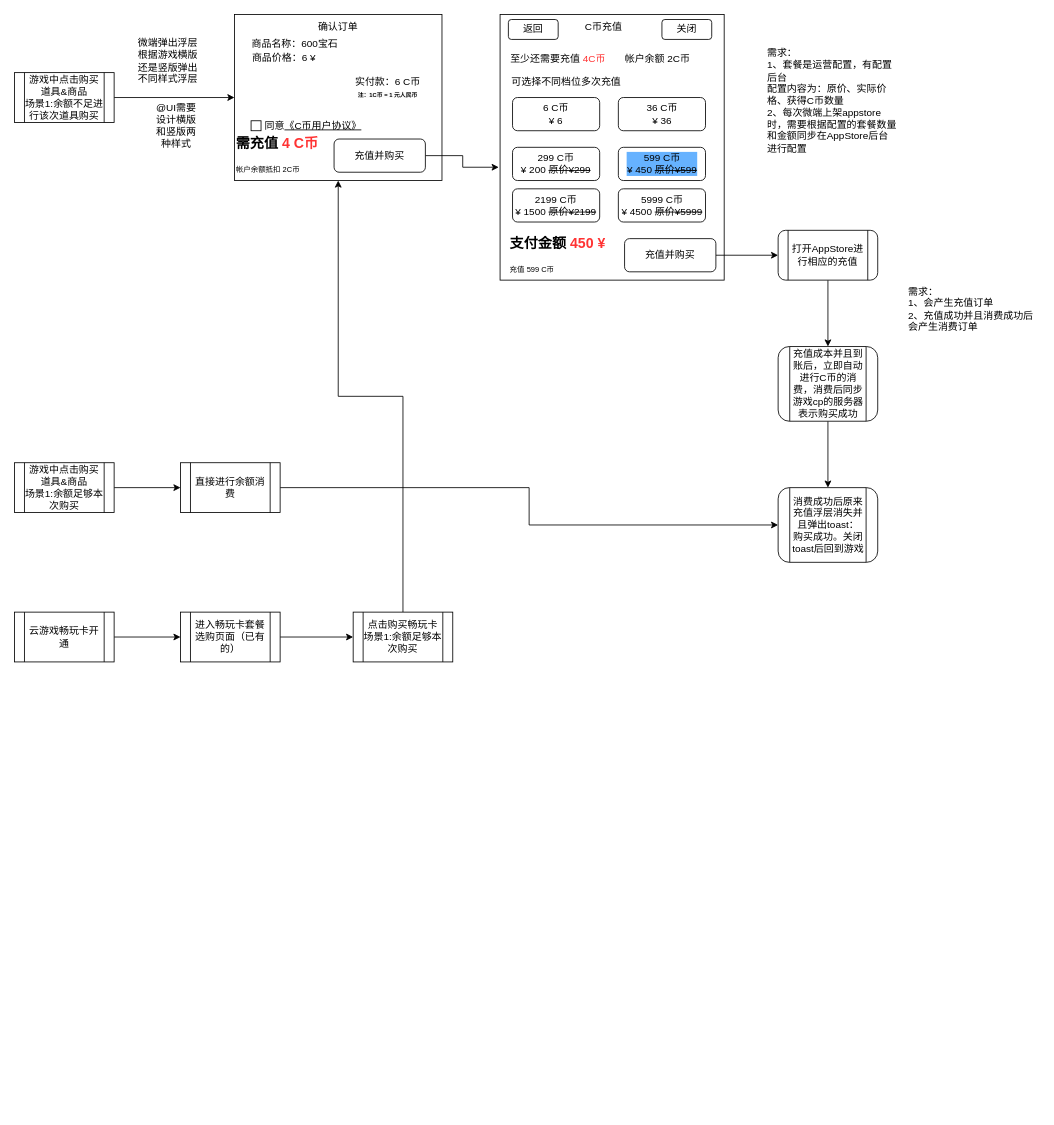
Garygu0519/drawideas keeps this draw.io diagram as page "第 2 页" (2 of 3) of 联运中心CGC支付方式.drawio. Above is the earlier version. Source tidied: cells renumbered, new cells numbered last; positions are measured from the earlier drawing's top-left corner, leaving out a move shared by most shapes. Both pictures are drawn from the tidied source at 83%, with x=0, y=0 at pixel (14, 14).
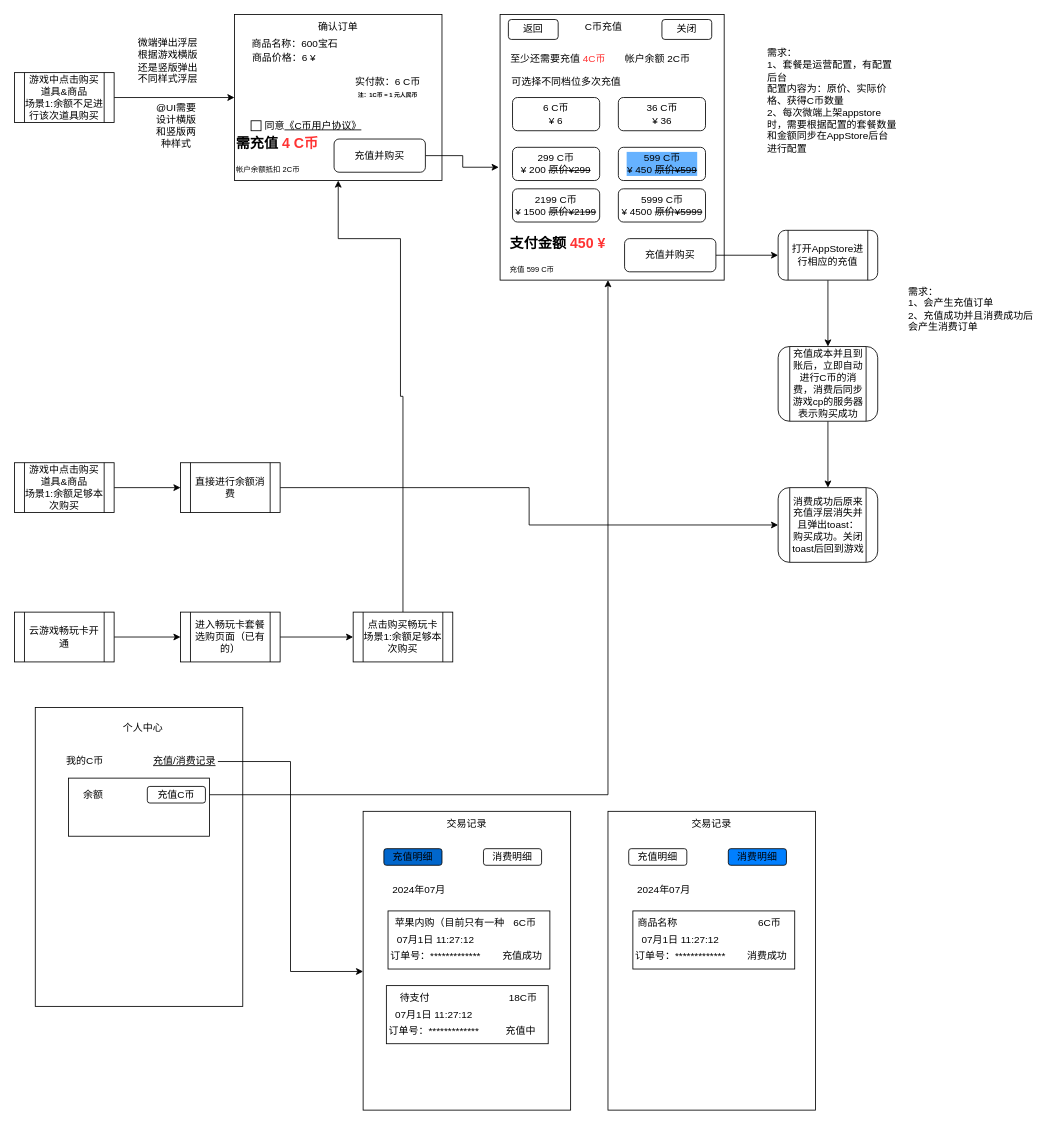
After the change.

Unchanged cells that the change refers to:
```xml
<mxCell id="3" style="rounded=0;whiteSpace=wrap;html=1;" parent="1" vertex="1">
  <mxGeometry x="265" width="250" height="200" as="geometry" />
</mxCell>
<mxCell id="31" value="&lt;h1 style=&quot;margin-top: 0px; font-size: 17px;&quot;&gt;支付金额&amp;nbsp;&lt;font color=&quot;#ff3333&quot; style=&quot;font-size: 17px;&quot;&gt;450 ¥&lt;/font&gt;&lt;/h1&gt;&lt;div style=&quot;&quot;&gt;&lt;font style=&quot;font-size: 9px;&quot;&gt;充值 599 C币&lt;/font&gt;&lt;/div&gt;" style="text;html=1;whiteSpace=wrap;overflow=hidden;rounded=0;fontSize=13;" parent="1" vertex="1">
  <mxGeometry x="595" y="260" width="160" height="60" as="geometry" />
</mxCell>
<mxCell id="51" value="点击购买畅玩卡&lt;div&gt;场景1:余额足够本次购买&lt;/div&gt;" style="shape=process;whiteSpace=wrap;html=1;backgroundOutline=1;rounded=0;" parent="1" vertex="1">
  <mxGeometry x="408" y="720" width="120" height="60" as="geometry" />
</mxCell>
```

The edit, as a diff of the source:
```diff
@@
+    <mxCell id="52" style="rounded=0;whiteSpace=wrap;html=1;" parent="1" vertex="1">
+      <mxGeometry x="420" y="960" width="250" height="360" as="geometry" />
+    </mxCell>
@@
     <mxCell id="50" style="edgeStyle=orthogonalEdgeStyle;rounded=0;jettySize=auto;html=1;entryX=0.5;entryY=1;entryDx=0;entryDy=0;" parent="1" edge="1" source="51" target="3">
-      <mxGeometry relative="1" as="geometry" />
+      <mxGeometry relative="1" as="geometry">
+        <Array as="points">
+          <mxPoint x="468" y="460" />
+          <mxPoint x="465" y="460" />
+          <mxPoint x="465" y="270" />
+          <mxPoint x="390" y="270" />
+        </Array>
+      </mxGeometry>
     </mxCell>
@@
+    <mxCell id="53" style="rounded=0;whiteSpace=wrap;html=1;" parent="1" vertex="1">
+      <mxGeometry x="25" y="835" width="250" height="360" as="geometry" />
+    </mxCell>
+    <mxCell id="54" value="个人中心" style="text;html=1;align=center;verticalAlign=middle;whiteSpace=wrap;rounded=0;" parent="1" vertex="1">
+      <mxGeometry x="125" y="845" width="60" height="30" as="geometry" />
+    </mxCell>
+    <mxCell id="55" value="我的C币" style="text;html=1;align=center;verticalAlign=middle;whiteSpace=wrap;rounded=0;" parent="1" vertex="1">
+      <mxGeometry x="55" y="885" width="60" height="30" as="geometry" />
+    </mxCell>
+    <mxCell id="56" value="充值明细" style="rounded=1;whiteSpace=wrap;html=1;fillColor=#0066CC;" parent="1" vertex="1">
+      <mxGeometry x="445" y="1005" width="70" height="20" as="geometry" />
+    </mxCell>
+    <mxCell id="57" value="消费明细" style="rounded=1;whiteSpace=wrap;html=1;" parent="1" vertex="1">
+      <mxGeometry x="565" y="1005" width="70" height="20" as="geometry" />
+    </mxCell>
+    <mxCell id="58" style="edgeStyle=orthogonalEdgeStyle;rounded=0;jettySize=auto;html=1;entryX=0.75;entryY=1;entryDx=0;entryDy=0;" parent="1" edge="1" source="60" target="31">
+      <mxGeometry relative="1" as="geometry" />
+    </mxCell>
+    <mxCell id="59" style="rounded=0;whiteSpace=wrap;html=1;" parent="1" vertex="1">
+      <mxGeometry x="65" y="920" width="170" height="70" as="geometry" />
+    </mxCell>
+    <mxCell id="60" value="充值C币" style="rounded=1;whiteSpace=wrap;html=1;" parent="1" vertex="1">
+      <mxGeometry x="160" y="930" width="70" height="20" as="geometry" />
+    </mxCell>
+    <mxCell id="61" value="交易记录" style="text;html=1;align=center;verticalAlign=middle;whiteSpace=wrap;rounded=0;" parent="1" vertex="1">
+      <mxGeometry x="515" y="960" width="60" height="30" as="geometry" />
+    </mxCell>
+    <mxCell id="62" value="余额" style="text;html=1;align=center;verticalAlign=middle;whiteSpace=wrap;rounded=0;" parent="1" vertex="1">
+      <mxGeometry x="65" y="925" width="60" height="30" as="geometry" />
+    </mxCell>
+    <mxCell id="63" value="充值/消费记录" style="text;html=1;align=center;verticalAlign=middle;whiteSpace=wrap;rounded=0;fontStyle=4;" parent="1" vertex="1">
+      <mxGeometry x="165" y="885" width="80" height="30" as="geometry" />
+    </mxCell>
+    <mxCell id="64" style="edgeStyle=orthogonalEdgeStyle;rounded=0;jettySize=auto;html=1;entryX=0;entryY=0.536;entryDx=0;entryDy=0;entryPerimeter=0;" parent="1" edge="1" source="63" target="52">
+      <mxGeometry relative="1" as="geometry" />
+    </mxCell>
+    <mxCell id="65" value="2024年07月" style="text;html=1;align=center;verticalAlign=middle;whiteSpace=wrap;rounded=0;" parent="1" vertex="1">
+      <mxGeometry x="450" y="1040" width="75" height="30" as="geometry" />
+    </mxCell>
+    <mxCell id="66" style="rounded=0;whiteSpace=wrap;html=1;" parent="1" vertex="1">
+      <mxGeometry x="715" y="960" width="250" height="360" as="geometry" />
+    </mxCell>
+    <mxCell id="67" value="充值明细" style="rounded=1;whiteSpace=wrap;html=1;fillColor=none;" parent="1" vertex="1">
+      <mxGeometry x="740" y="1005" width="70" height="20" as="geometry" />
+    </mxCell>
+    <mxCell id="68" value="消费明细" style="rounded=1;whiteSpace=wrap;html=1;fillColor=#007FFF;" parent="1" vertex="1">
+      <mxGeometry x="860" y="1005" width="70" height="20" as="geometry" />
+    </mxCell>
+    <mxCell id="69" value="交易记录" style="text;html=1;align=center;verticalAlign=middle;whiteSpace=wrap;rounded=0;" parent="1" vertex="1">
+      <mxGeometry x="810" y="960" width="60" height="30" as="geometry" />
+    </mxCell>
+    <mxCell id="70" value="2024年07月" style="text;html=1;align=center;verticalAlign=middle;whiteSpace=wrap;rounded=0;" parent="1" vertex="1">
+      <mxGeometry x="745" y="1040" width="75" height="30" as="geometry" />
+    </mxCell>
+    <mxCell id="71" style="rounded=0;whiteSpace=wrap;html=1;" parent="1" vertex="1">
+      <mxGeometry x="745" y="1080" width="195" height="70" as="geometry" />
+    </mxCell>
+    <mxCell id="72" value="商品名称" style="text;html=1;align=center;verticalAlign=middle;whiteSpace=wrap;rounded=0;" parent="1" vertex="1">
+      <mxGeometry x="745" y="1080" width="60" height="30" as="geometry" />
+    </mxCell>
+    <mxCell id="73" value="07月1日 11:27:12" style="text;html=1;align=center;verticalAlign=middle;whiteSpace=wrap;rounded=0;" parent="1" vertex="1">
+      <mxGeometry x="745" y="1100" width="115" height="30" as="geometry" />
+    </mxCell>
+    <mxCell id="74" value="订单号：*************" style="text;html=1;align=center;verticalAlign=middle;whiteSpace=wrap;rounded=0;" parent="1" vertex="1">
+      <mxGeometry x="745" y="1120" width="115" height="30" as="geometry" />
+    </mxCell>
+    <mxCell id="75" value="6C币" style="text;html=1;align=center;verticalAlign=middle;whiteSpace=wrap;rounded=0;" parent="1" vertex="1">
+      <mxGeometry x="880" y="1080" width="60" height="30" as="geometry" />
+    </mxCell>
+    <mxCell id="76" value="消费成功" style="text;html=1;align=center;verticalAlign=middle;whiteSpace=wrap;rounded=0;" parent="1" vertex="1">
+      <mxGeometry x="877" y="1120" width="60" height="30" as="geometry" />
+    </mxCell>
+    <mxCell id="77" style="group;" parent="1" vertex="1">
+      <mxGeometry x="427" y="1080" width="218" height="70" as="geometry" />
+    </mxCell>
+    <mxCell id="78" style="rounded=0;whiteSpace=wrap;html=1;" parent="77" vertex="1">
+      <mxGeometry x="23" width="195" height="70" as="geometry" />
+    </mxCell>
+    <mxCell id="79" value="苹果内购（目前只有一种" style="text;html=1;align=center;verticalAlign=middle;whiteSpace=wrap;rounded=0;" parent="77" vertex="1">
+      <mxGeometry width="195" height="30" as="geometry" />
+    </mxCell>
+    <mxCell id="80" value="07月1日 11:27:12" style="text;html=1;align=center;verticalAlign=middle;whiteSpace=wrap;rounded=0;" parent="77" vertex="1">
+      <mxGeometry x="23" y="20" width="115" height="30" as="geometry" />
+    </mxCell>
+    <mxCell id="81" value="订单号：*************" style="text;html=1;align=center;verticalAlign=middle;whiteSpace=wrap;rounded=0;" parent="77" vertex="1">
+      <mxGeometry x="23" y="40" width="115" height="30" as="geometry" />
+    </mxCell>
+    <mxCell id="82" value="6C币" style="text;html=1;align=center;verticalAlign=middle;whiteSpace=wrap;rounded=0;" parent="77" vertex="1">
+      <mxGeometry x="158" width="60" height="30" as="geometry" />
+    </mxCell>
+    <mxCell id="83" value="充值成功" style="text;html=1;align=center;verticalAlign=middle;whiteSpace=wrap;rounded=0;" parent="77" vertex="1">
+      <mxGeometry x="155" y="40" width="60" height="30" as="geometry" />
+    </mxCell>
+    <mxCell id="84" style="group;" parent="1" vertex="1">
+      <mxGeometry x="425" y="1170" width="218" height="70" as="geometry" />
+    </mxCell>
+    <mxCell id="85" style="rounded=0;whiteSpace=wrap;html=1;" parent="84" vertex="1">
+      <mxGeometry x="23" width="195" height="70" as="geometry" />
+    </mxCell>
+    <mxCell id="86" value="待支付" style="text;html=1;align=center;verticalAlign=middle;whiteSpace=wrap;rounded=0;" parent="84" vertex="1">
+      <mxGeometry x="-40" width="195" height="30" as="geometry" />
+    </mxCell>
+    <mxCell id="87" value="07月1日 11:27:12" style="text;html=1;align=center;verticalAlign=middle;whiteSpace=wrap;rounded=0;" parent="84" vertex="1">
+      <mxGeometry x="23" y="20" width="115" height="30" as="geometry" />
+    </mxCell>
+    <mxCell id="88" value="订单号：*************" style="text;html=1;align=center;verticalAlign=middle;whiteSpace=wrap;rounded=0;" parent="84" vertex="1">
+      <mxGeometry x="23" y="40" width="115" height="30" as="geometry" />
+    </mxCell>
+    <mxCell id="89" value="18C币" style="text;html=1;align=center;verticalAlign=middle;whiteSpace=wrap;rounded=0;" parent="84" vertex="1">
+      <mxGeometry x="158" width="60" height="30" as="geometry" />
+    </mxCell>
+    <mxCell id="90" value="充值中" style="text;html=1;align=center;verticalAlign=middle;whiteSpace=wrap;rounded=0;" parent="84" vertex="1">
+      <mxGeometry x="155" y="40" width="60" height="30" as="geometry" />
+    </mxCell>
```
